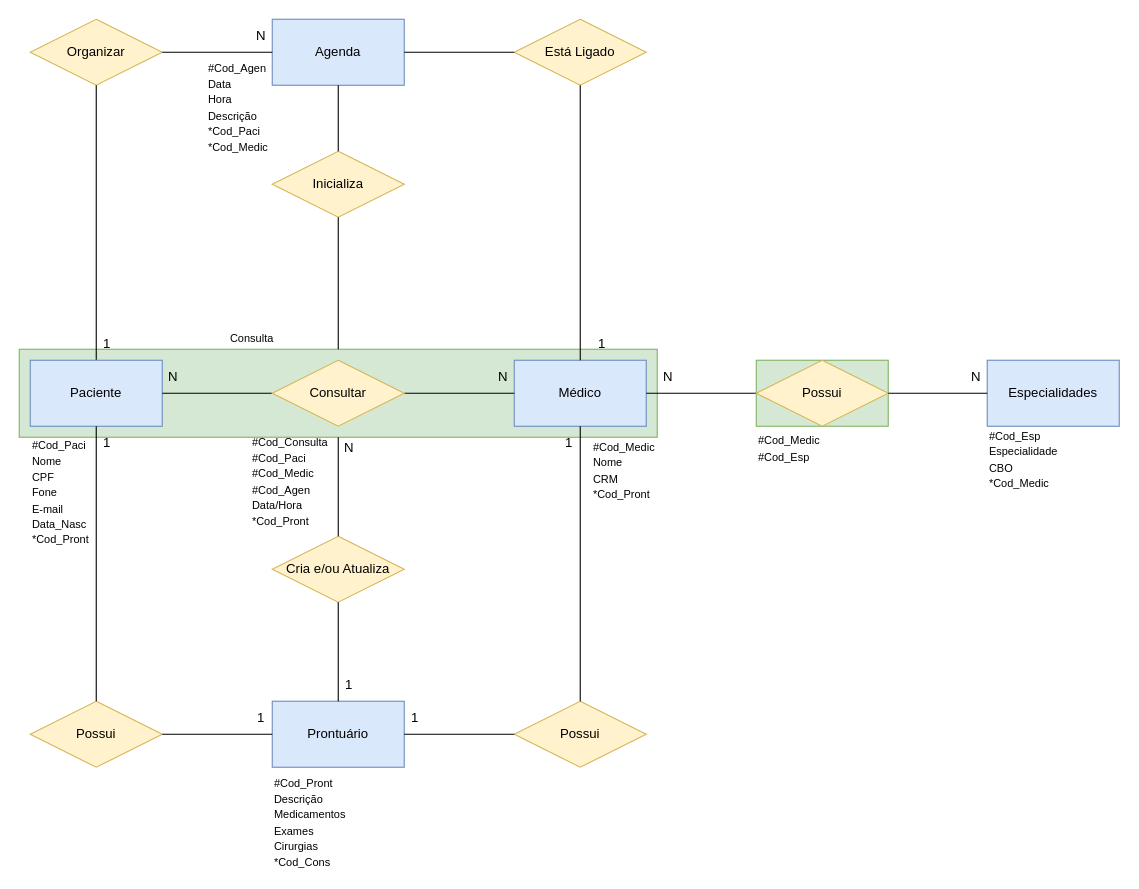
The draw.io diagram MER Atualizado.drawio in Lucas544kk/Trabalhos, before the edit. Source tidied: cells renumbered, new cells numbered last; positions are measured from the earlier drawing's top-left corner, leaving out a move shared by most shapes. Both pictures are drawn from the tidied source at 110%, with x=0, y=0 at pixel (19, 19).
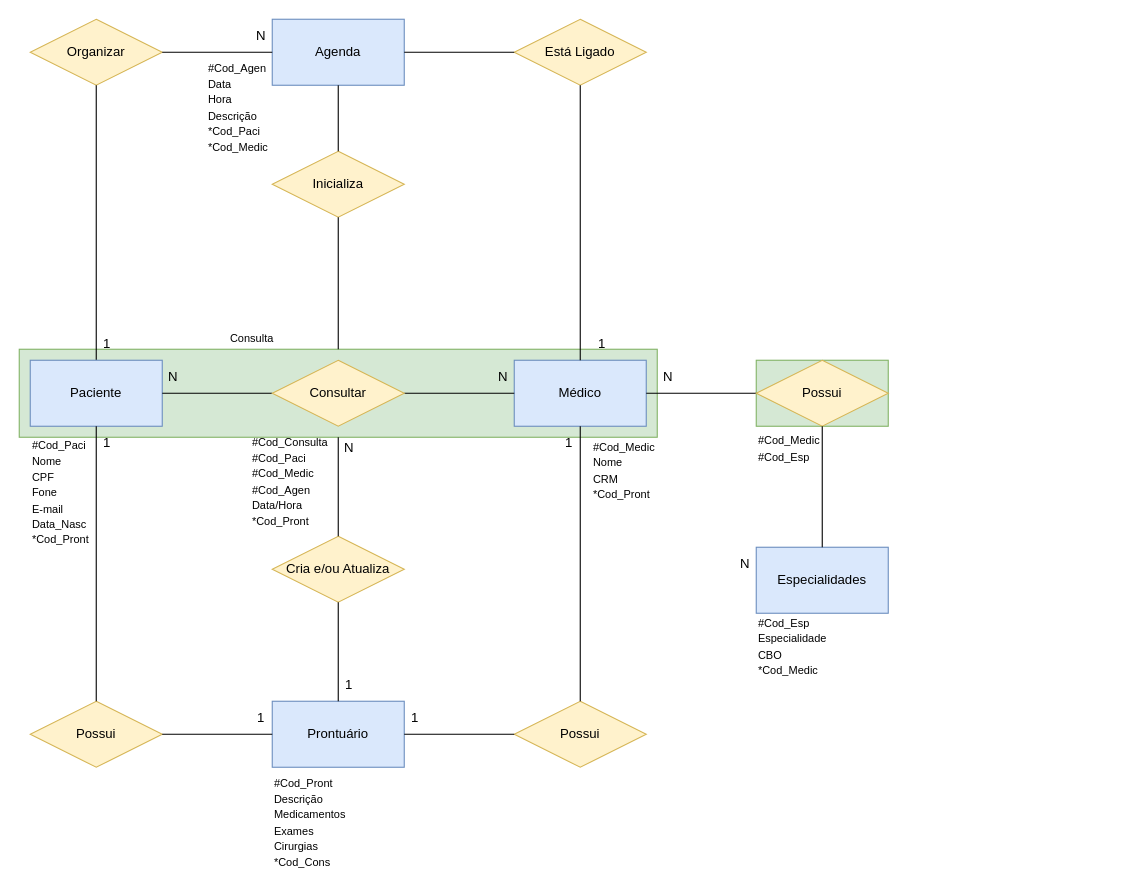
The same diagram, later.

Unchanged cells that the change refers to:
```xml
<mxCell id="2" style="rounded=0;whiteSpace=wrap;html=1;fillColor=#d5e8d4;strokeColor=#82b366;" parent="1" vertex="1">
  <mxGeometry x="670" y="310" width="120" height="60" as="geometry" />
</mxCell>
<mxCell id="40" value="Possui" style="rhombus;whiteSpace=wrap;html=1;fillColor=#fff2cc;strokeColor=#d6b656;" parent="1" vertex="1">
  <mxGeometry x="670" y="310" width="120" height="60" as="geometry" />
</mxCell>
```

What changed in the source:
```diff
@@
     <mxCell id="39" value="Especialidades" style="rounded=0;whiteSpace=wrap;html=1;fillColor=#dae8fc;strokeColor=#6c8ebf;" parent="1" vertex="1">
-      <mxGeometry x="880" y="310" width="120" height="60" as="geometry" />
+      <mxGeometry x="670" y="480" width="120" height="60" as="geometry" />
     </mxCell>
@@
-    <mxCell id="41" style="endArrow=none;html=1;rounded=0;entryX=0;entryY=0.5;entryDx=0;entryDy=0;exitX=1;exitY=0.5;exitDx=0;exitDy=0;" parent="1" edge="1" source="40" target="39">
+    <mxCell id="41" style="endArrow=none;html=1;rounded=0;entryX=0.5;entryY=0;entryDx=0;entryDy=0;exitX=0.5;exitY=1;exitDx=0;exitDy=0;" parent="1" edge="1" source="2" target="39">
       <mxGeometry relative="1" as="geometry" />
     </mxCell>
     <mxCell id="42" value="N" style="text;html=1;strokeColor=none;fillColor=none;align=center;verticalAlign=middle;whiteSpace=wrap;rounded=0;" parent="1" vertex="1">
-      <mxGeometry x="840" y="310" width="60" height="30" as="geometry" />
+      <mxGeometry x="630" y="480" width="60" height="30" as="geometry" />
     </mxCell>
     <mxCell id="43" value="&lt;font style=&quot;font-size: 10px;&quot;&gt;#Cod_Esp&lt;br&gt;Especialidade&lt;br&gt;CBO&lt;br&gt;*Cod_Medic&lt;br&gt;&lt;/font&gt;" style="text;html=1;strokeColor=none;fillColor=none;align=left;verticalAlign=middle;whiteSpace=wrap;rounded=0;" parent="1" vertex="1">
-      <mxGeometry x="880" y="380" width="60" height="40" as="geometry" />
+      <mxGeometry x="670" y="550" width="60" height="40" as="geometry" />
     </mxCell>
```
